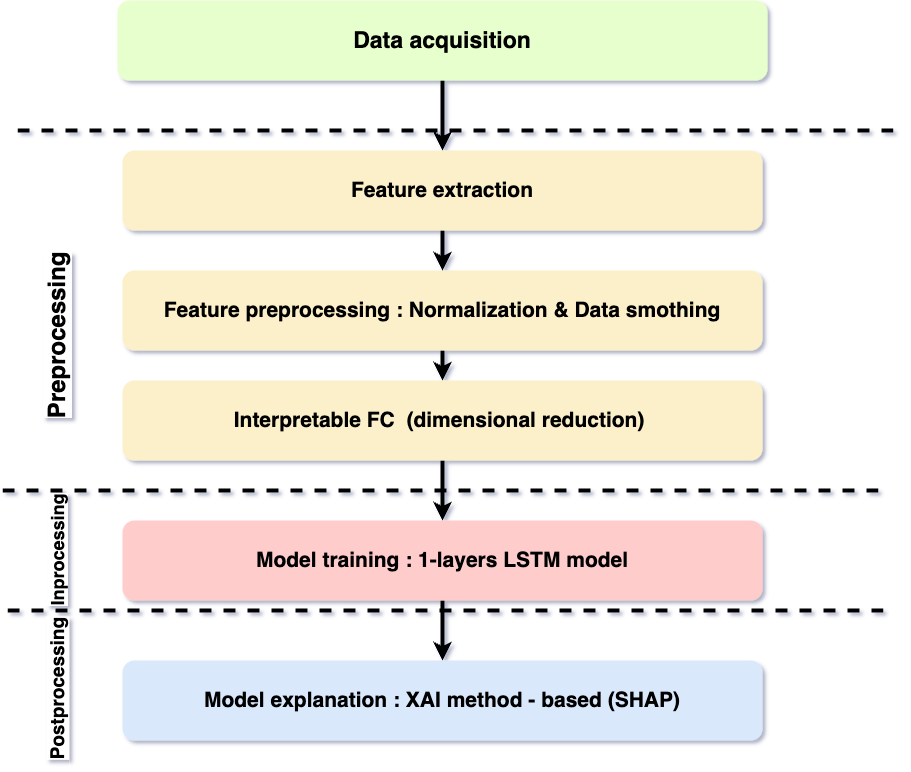
laminendao/asmbi keeps this draw.io diagram as drawio/flowchard.png. Above is the earlier version. Source tidied: cells renumbered, new cells last; positions are measured from the earlier drawing's top-left corner, leaving out a move shared by most shapes.
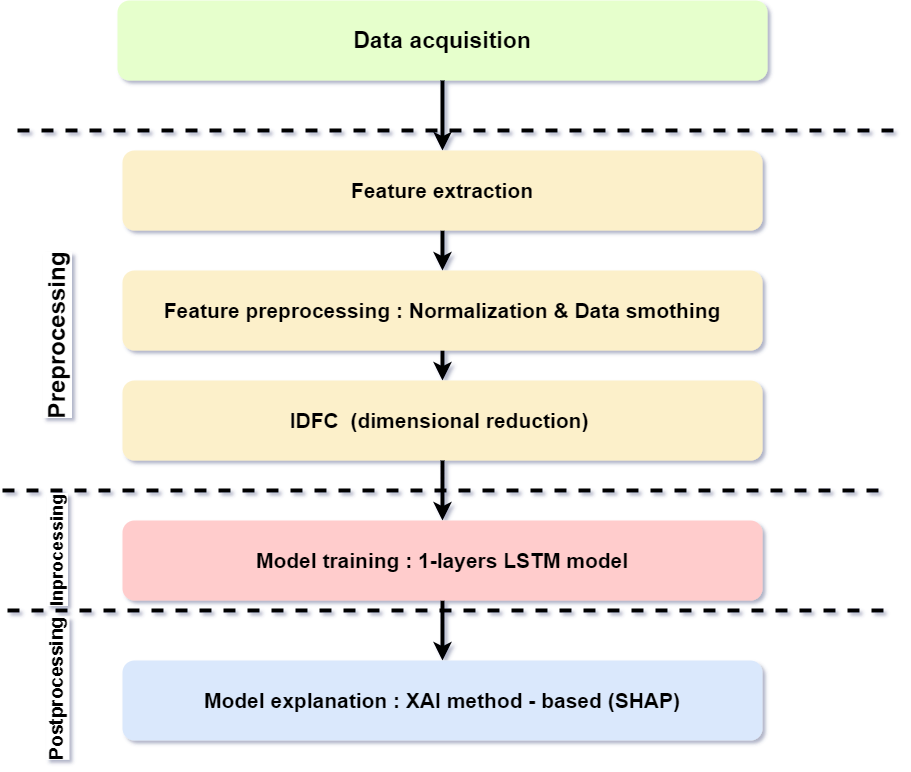
After the change.

Diff of the diagram source:
```diff
@@ -11,7 +11,7 @@
     <mxCell id="4" style="edgeStyle=orthogonalEdgeStyle;rounded=1;jettySize=auto;html=1;strokeWidth=4;fontStyle=1;" parent="1" edge="1" source="5" target="13">
       <mxGeometry relative="1" as="geometry" />
     </mxCell>
-    <mxCell id="5" value="&lt;font style=&quot;font-size: 21px;&quot;&gt;Interpretable FC&amp;nbsp; (dimensional reduction)&amp;nbsp;&lt;/font&gt;" style="rounded=1;whiteSpace=wrap;html=1;strokeWidth=4;fontStyle=1;fillColor=#FCF0CA;strokeColor=none;" parent="1" vertex="1">
+    <mxCell id="5" value="&lt;font style=&quot;font-size: 21px;&quot;&gt;IDFC&amp;nbsp; (dimensional reduction)&amp;nbsp;&lt;/font&gt;" style="rounded=1;whiteSpace=wrap;html=1;strokeWidth=4;fontStyle=1;fillColor=#FCF0CA;strokeColor=none;" parent="1" vertex="1">
       <mxGeometry x="195" y="380" width="640" height="80" as="geometry" />
     </mxCell>
     <mxCell id="6" style="endArrow=none;html=1;rounded=1;dashed=1;strokeWidth=4;fontStyle=1;" parent="1" edge="1">
```
